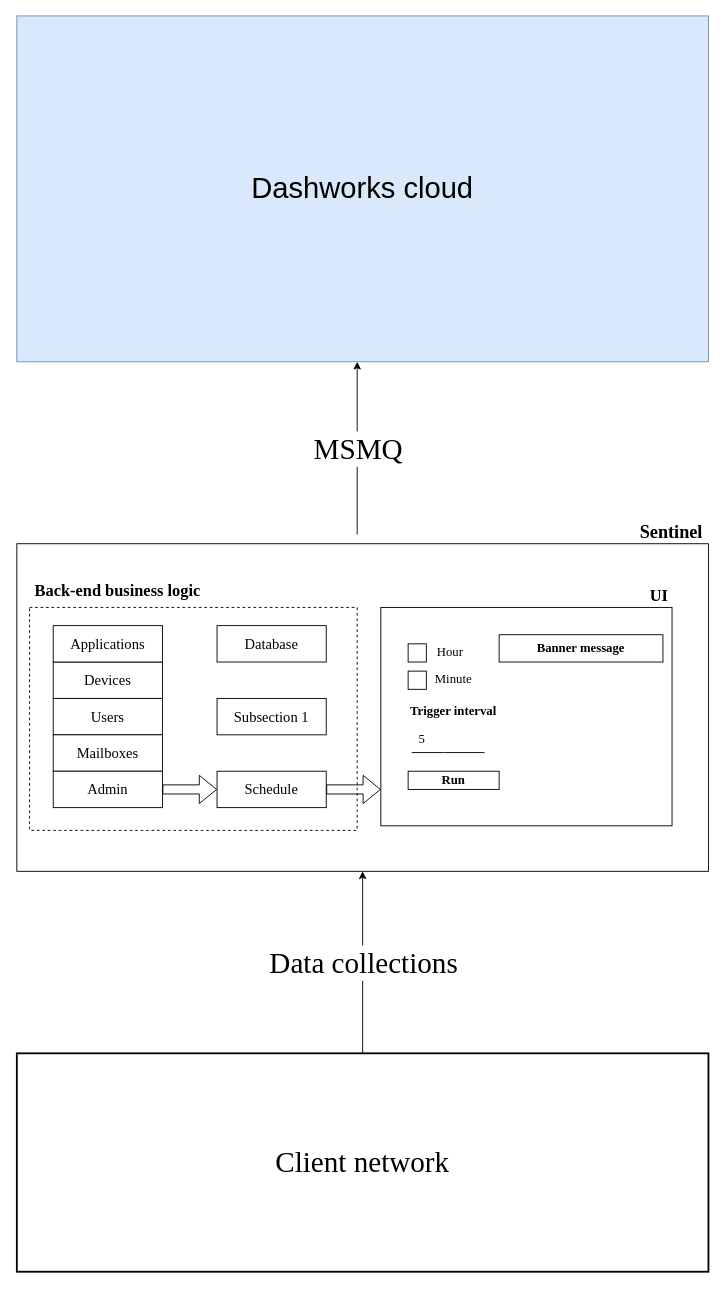
ValeryYuntsevich/ag-grid keeps this draw.io diagram as src/assets/Untitled Diagram.drawio. Above is the earlier version. Source tidied: cells renumbered, new cells numbered last; positions are measured from the earlier drawing's top-left corner, leaving out a move shared by most shapes. Both pictures are drawn from the tidied source at 91%, with x=0, y=0 at pixel (16, 15).
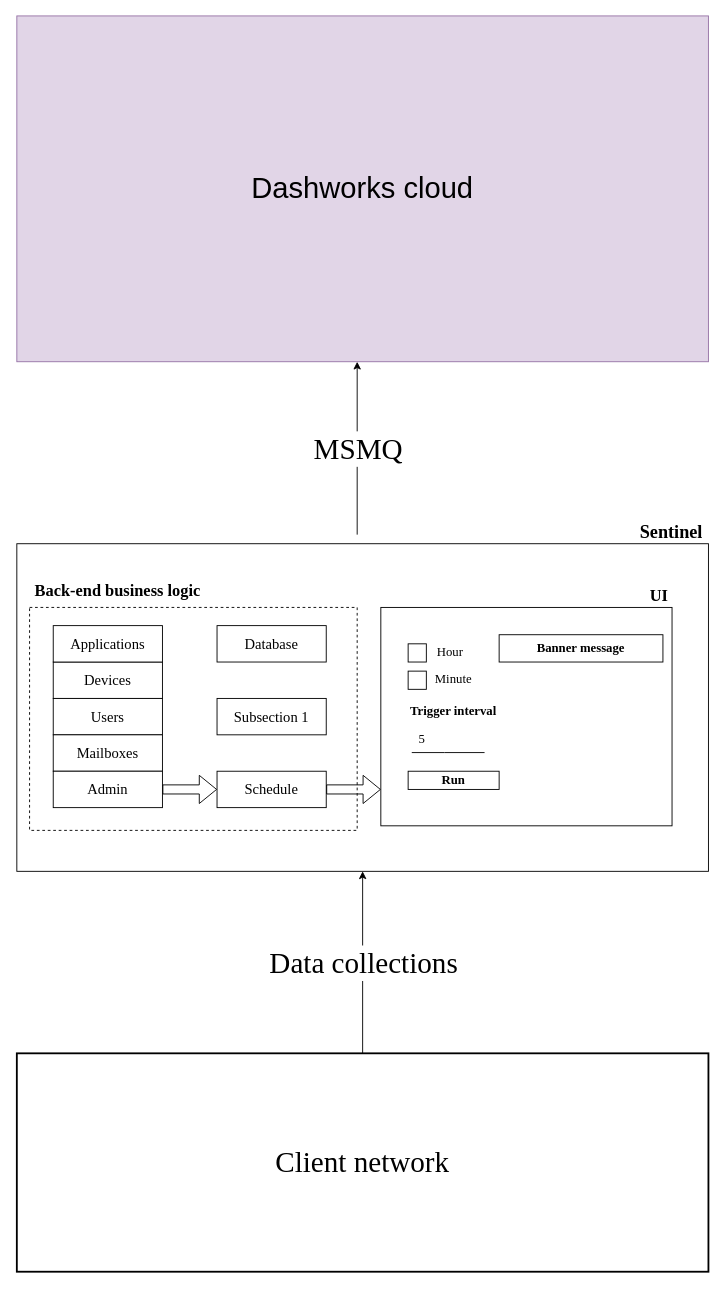
The same diagram, later.

What changed in the source:
```diff
@@
-    <mxCell id="34" value="Dashworks cloud" style="rounded=0;whiteSpace=wrap;html=1;fontSize=32;fillColor=#dae8fc;strokeColor=#6c8ebf;" parent="1" vertex="1">
+    <mxCell id="34" value="Dashworks cloud" style="rounded=0;whiteSpace=wrap;html=1;fontSize=32;fillColor=#e1d5e7;strokeColor=#9673a6;" parent="1" vertex="1">
       <mxGeometry width="760" height="380" as="geometry" />
     </mxCell>
```
